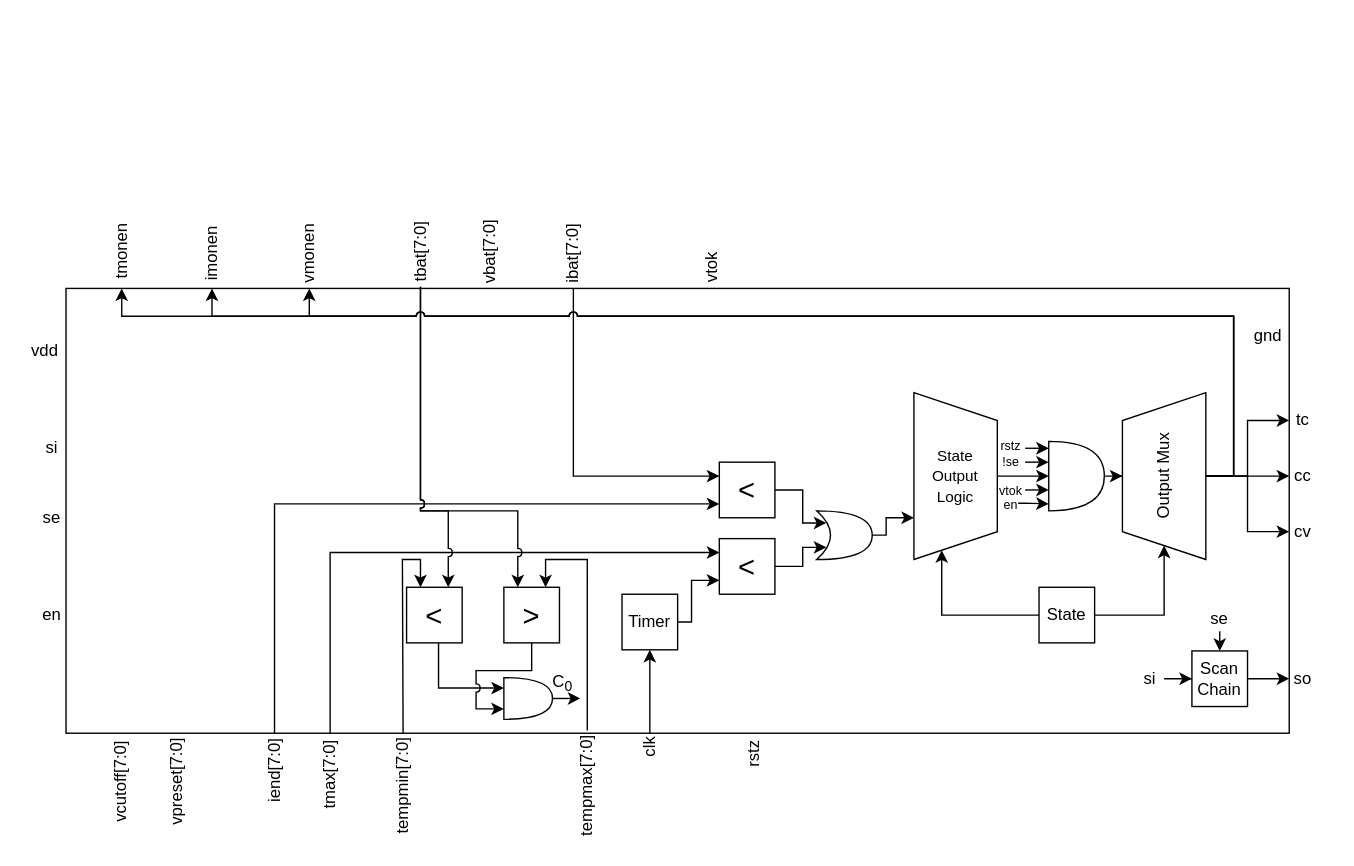
This is blockDiagramContr.drawio from FranciscoPRosa/NEEC_test, a draw.io file, before an edit. Source tidied: cells renumbered, new cells numbered last; positions are measured from the earlier drawing's top-left corner, leaving out a move shared by most shapes. Both pictures are drawn from the tidied source at 139%, with x=0, y=0 at pixel (24, 231).
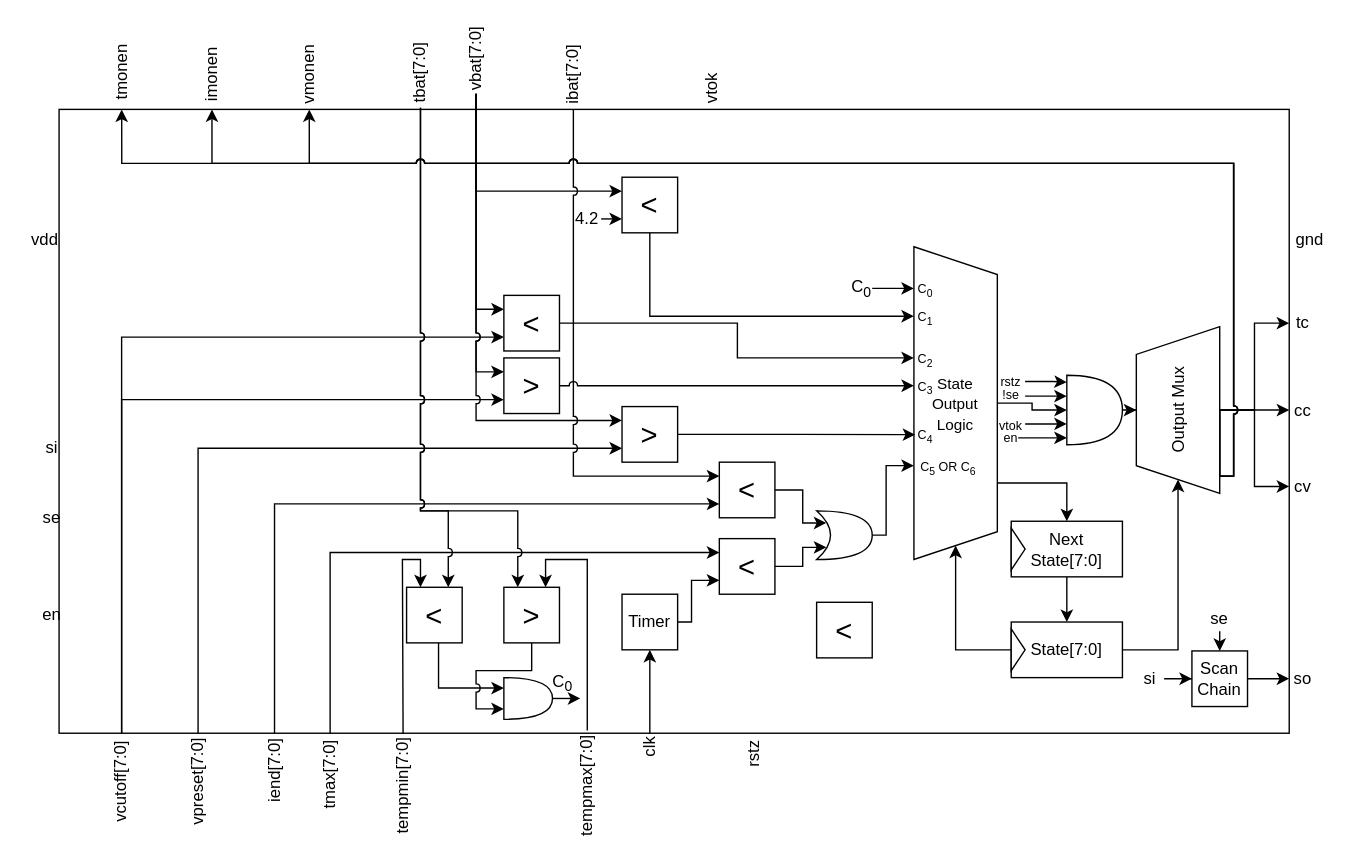
Above is the later version.

Unchanged cells that the change refers to:
```xml
<mxCell id="3" value="vcutoff[7:0]" style="text;html=1;align=center;verticalAlign=middle;whiteSpace=wrap;rounded=0;rotation=-90;" parent="1" vertex="1">
  <mxGeometry x="35" y="381" width="70" height="30" as="geometry" />
</mxCell>
<mxCell id="40" style="shape=xor;whiteSpace=wrap;html=1;" parent="1" vertex="1">
  <mxGeometry x="570" y="201" width="40" height="35" as="geometry" />
</mxCell>
<mxCell id="44" value="&lt;font style=&quot;font-size: 21px;&quot;&gt;&amp;lt;&lt;/font&gt;" style="rounded=0;whiteSpace=wrap;html=1;" parent="1" vertex="1">
  <mxGeometry x="500" y="166" width="40" height="40" as="geometry" />
</mxCell>
```

Diff of the diagram source:
```diff
@@
-    <mxCell id="2" style="rounded=0;whiteSpace=wrap;html=1;" parent="1" vertex="1">
-      <mxGeometry x="30" y="41" width="880" height="320" as="geometry" />
-    </mxCell>
+    <mxCell id="78" style="rounded=0;whiteSpace=wrap;html=1;" parent="1" vertex="1">
+      <mxGeometry x="25" y="-87.8" width="885" height="448.8" as="geometry" />
+    </mxCell>
+    <mxCell id="79" style="edgeStyle=orthogonalEdgeStyle;rounded=0;jettySize=auto;html=1;entryX=0;entryY=0.75;entryDx=0;entryDy=0;jumpStyle=arc;" parent="1" edge="1" source="3" target="98">
+      <mxGeometry relative="1" as="geometry">
+        <Array as="points">
+          <mxPoint x="70" y="76" />
+        </Array>
+      </mxGeometry>
+    </mxCell>
+    <mxCell id="80" style="edgeStyle=orthogonalEdgeStyle;rounded=0;jettySize=auto;html=1;entryX=0;entryY=0.75;entryDx=0;entryDy=0;jumpStyle=arc;" parent="1" edge="1" source="3" target="101">
+      <mxGeometry relative="1" as="geometry">
+        <Array as="points">
+          <mxPoint x="70" y="121" />
+        </Array>
+      </mxGeometry>
+    </mxCell>
@@
+    <mxCell id="81" style="edgeStyle=orthogonalEdgeStyle;rounded=0;jettySize=auto;html=1;entryX=0;entryY=0.75;entryDx=0;entryDy=0;" parent="1" edge="1" source="4" target="104">
+      <mxGeometry relative="1" as="geometry">
+        <Array as="points">
+          <mxPoint x="125" y="156" />
+        </Array>
+      </mxGeometry>
+    </mxCell>
     <mxCell id="4" value="vpreset[7:0]" style="text;html=1;align=center;verticalAlign=middle;whiteSpace=wrap;rounded=0;rotation=-90;" parent="1" vertex="1">
-      <mxGeometry x="75" y="381" width="70" height="30" as="geometry" />
+      <mxGeometry x="90" y="381" width="70" height="30" as="geometry" />
     </mxCell>
@@
     <mxCell id="19" value="vdd" style="text;html=1;align=center;verticalAlign=middle;whiteSpace=wrap;rounded=0;rotation=0;" parent="1" vertex="1">
-      <mxGeometry y="71" width="30" height="30" as="geometry" />
+      <mxGeometry y="-9" width="30" height="30" as="geometry" />
     </mxCell>
     <mxCell id="20" value="tmonen" style="text;html=1;align=center;verticalAlign=middle;whiteSpace=wrap;rounded=0;rotation=-90;" parent="1" vertex="1">
-      <mxGeometry x="43.8" y="-0.2" width="52.5" height="30" as="geometry" />
+      <mxGeometry x="43.8" y="-129" width="52.5" height="30" as="geometry" />
     </mxCell>
     <mxCell id="21" value="vmonen" style="text;html=1;align=center;verticalAlign=middle;whiteSpace=wrap;rounded=0;rotation=-90;" parent="1" vertex="1">
-      <mxGeometry x="180" y="1" width="50" height="30" as="geometry" />
+      <mxGeometry x="180" y="-127.8" width="50" height="30" as="geometry" />
     </mxCell>
     <mxCell id="22" value="imonen" style="text;html=1;align=center;verticalAlign=middle;whiteSpace=wrap;rounded=0;rotation=-90;" parent="1" vertex="1">
-      <mxGeometry x="110" y="1" width="50" height="30" as="geometry" />
+      <mxGeometry x="110" y="-127.8" width="50" height="30" as="geometry" />
     </mxCell>
@@
     <mxCell id="25" value="tbat[7:0]" style="text;html=1;align=center;verticalAlign=middle;whiteSpace=wrap;rounded=0;rotation=-90;" parent="1" vertex="1">
-      <mxGeometry x="260" y="-0.2" width="50" height="30" as="geometry" />
+      <mxGeometry x="260" y="-129" width="50" height="30" as="geometry" />
     </mxCell>
+    <mxCell id="82" style="edgeStyle=orthogonalEdgeStyle;rounded=0;jettySize=auto;html=1;entryX=0;entryY=0.25;entryDx=0;entryDy=0;" parent="1" edge="1" source="26" target="98">
+      <mxGeometry relative="1" as="geometry">
+        <Array as="points">
+          <mxPoint x="325" y="56" />
+        </Array>
+      </mxGeometry>
+    </mxCell>
+    <mxCell id="83" style="edgeStyle=orthogonalEdgeStyle;rounded=0;jettySize=auto;html=1;entryX=0;entryY=0.25;entryDx=0;entryDy=0;jumpStyle=arc;" parent="1" edge="1" source="26" target="94">
+      <mxGeometry relative="1" as="geometry">
+        <Array as="points">
+          <mxPoint x="325" y="-29" />
+        </Array>
+      </mxGeometry>
+    </mxCell>
+    <mxCell id="84" style="edgeStyle=orthogonalEdgeStyle;rounded=0;jettySize=auto;html=1;entryX=0;entryY=0.25;entryDx=0;entryDy=0;jumpStyle=arc;" parent="1" edge="1" source="26" target="101">
+      <mxGeometry relative="1" as="geometry">
+        <Array as="points">
+          <mxPoint x="325" y="101" />
+        </Array>
+      </mxGeometry>
+    </mxCell>
+    <mxCell id="85" style="edgeStyle=orthogonalEdgeStyle;rounded=0;jettySize=auto;html=1;entryX=0;entryY=0.25;entryDx=0;entryDy=0;jumpStyle=arc;" parent="1" edge="1" source="26" target="104">
+      <mxGeometry relative="1" as="geometry">
+        <Array as="points">
+          <mxPoint x="325" y="136" />
+        </Array>
+      </mxGeometry>
+    </mxCell>
     <mxCell id="26" value="vbat[7:0]" style="text;html=1;align=center;verticalAlign=middle;whiteSpace=wrap;rounded=0;rotation=-90;" parent="1" vertex="1">
-      <mxGeometry x="310" y="-0.2" width="50" height="30" as="geometry" />
+      <mxGeometry x="300" y="-139" width="50" height="30" as="geometry" />
     </mxCell>
-    <mxCell id="27" style="edgeStyle=elbowEdgeStyle;rounded=0;jettySize=auto;html=1;entryX=0;entryY=0.25;entryDx=0;entryDy=0;" parent="1" edge="1" source="28" target="44">
+    <mxCell id="27" style="edgeStyle=elbowEdgeStyle;rounded=0;jettySize=auto;html=1;entryX=0;entryY=0.25;entryDx=0;entryDy=0;jumpStyle=arc;" parent="1" edge="1" source="28" target="44">
       <mxGeometry relative="1" as="geometry">
         <Array as="points">
           <mxPoint x="395" y="111" />
         </Array>
       </mxGeometry>
     </mxCell>
     <mxCell id="28" value="ibat[7:0]" style="text;html=1;align=center;verticalAlign=middle;whiteSpace=wrap;rounded=0;rotation=-90;" parent="1" vertex="1">
-      <mxGeometry x="370" y="1" width="50" height="30" as="geometry" />
+      <mxGeometry x="370" y="-127.8" width="50" height="30" as="geometry" />
     </mxCell>
     <mxCell id="29" value="vtok" style="text;html=1;align=center;verticalAlign=middle;whiteSpace=wrap;rounded=0;rotation=-90;" parent="1" vertex="1">
-      <mxGeometry x="480" y="11" width="30" height="30" as="geometry" />
+      <mxGeometry x="480" y="-117.8" width="30" height="30" as="geometry" />
     </mxCell>
@@
     <mxCell id="31" value="gnd" style="text;html=1;align=center;verticalAlign=middle;whiteSpace=wrap;rounded=0;rotation=0;" parent="1" vertex="1">
-      <mxGeometry x="880" y="60.2" width="30" height="30" as="geometry" />
+      <mxGeometry x="910" y="-9" width="30" height="30" as="geometry" />
     </mxCell>
     <mxCell id="32" value="tc" style="text;html=1;align=center;verticalAlign=middle;whiteSpace=wrap;rounded=0;rotation=0;" parent="1" vertex="1">
-      <mxGeometry x="910" y="121" width="20" height="30" as="geometry" />
+      <mxGeometry x="910" y="51" width="20" height="30" as="geometry" />
     </mxCell>
     <mxCell id="33" value="cc" style="text;html=1;align=center;verticalAlign=middle;whiteSpace=wrap;rounded=0;rotation=0;" parent="1" vertex="1">
-      <mxGeometry x="910" y="161" width="20" height="30" as="geometry" />
+      <mxGeometry x="910" y="113.5" width="20" height="30" as="geometry" />
     </mxCell>
     <mxCell id="34" value="cv" style="text;html=1;align=center;verticalAlign=middle;whiteSpace=wrap;rounded=0;rotation=0;" parent="1" vertex="1">
-      <mxGeometry x="910" y="201" width="20" height="30" as="geometry" />
+      <mxGeometry x="910" y="168.5" width="20" height="30" as="geometry" />
     </mxCell>
@@
-    <mxCell id="39" style="edgeStyle=orthogonalEdgeStyle;rounded=0;jettySize=auto;html=1;entryX=0.75;entryY=1;entryDx=0;entryDy=0;" parent="1" edge="1" source="40" target="68">
+    <mxCell id="39" style="edgeStyle=orthogonalEdgeStyle;rounded=0;jettySize=auto;html=1;entryX=0;entryY=0.5;entryDx=0;entryDy=0;" parent="1" edge="1" source="40" target="87">
       <mxGeometry relative="1" as="geometry">
         <Array as="points">
           <mxPoint x="620" y="219" />
-          <mxPoint x="620" y="206" />
+          <mxPoint x="620" y="169" />
+          <mxPoint x="640" y="169" />
         </Array>
       </mxGeometry>
     </mxCell>
@@
     <mxCell id="57" style="shape=or;whiteSpace=wrap;html=1;points=[[0,0.1,0,0,0],[0,0.3,0,0,0],[0,0.5,0,0,0],[0,0.7,0,0,0],[0,0.9,0,0,0],[0.7,0.1,0,0,0],[0.7,0.9,0,0,0],[1,0.5,0,0,0]];" parent="1" vertex="1">
-      <mxGeometry x="737" y="151" width="40" height="50" as="geometry" />
+      <mxGeometry x="750" y="103.5" width="40" height="50" as="geometry" />
     </mxCell>
@@
     <mxCell id="59" style="edgeStyle=orthogonalEdgeStyle;rounded=0;jettySize=auto;html=1;" parent="1" edge="1" source="60" target="68">
       <mxGeometry relative="1" as="geometry">
         <Array as="points">
-          <mxPoint x="660" y="276" />
+          <mxPoint x="670" y="301" />
         </Array>
       </mxGeometry>
     </mxCell>
-    <mxCell id="60" value="State" style="rounded=0;whiteSpace=wrap;html=1;" parent="1" vertex="1">
-      <mxGeometry x="730" y="256" width="40" height="40" as="geometry" />
+    <mxCell id="60" value="State[7:0]" style="rounded=0;whiteSpace=wrap;html=1;" parent="1" vertex="1">
+      <mxGeometry x="710" y="281" width="80" height="40" as="geometry" />
     </mxCell>
@@
     <mxCell id="64" style="edgeStyle=orthogonalEdgeStyle;rounded=0;jettySize=auto;html=1;entryX=0;entryY=0.5;entryDx=0;entryDy=0;jumpStyle=arc;" parent="1" edge="1" target="20">
       <mxGeometry relative="1" as="geometry">
         <mxPoint x="860" y="176" as="sourcePoint" />
         <Array as="points">
-          <mxPoint x="870" y="61" />
-          <mxPoint x="70" y="61" />
+          <mxPoint x="870" y="176" />
+          <mxPoint x="870" y="-49" />
+          <mxPoint x="70" y="-49" />
         </Array>
       </mxGeometry>
     </mxCell>
     <mxCell id="65" style="edgeStyle=orthogonalEdgeStyle;rounded=0;jettySize=auto;html=1;entryX=0;entryY=0.5;entryDx=0;entryDy=0;exitX=0.5;exitY=1;exitDx=0;exitDy=0;jumpStyle=arc;" parent="1" edge="1" source="67" target="22">
       <mxGeometry relative="1" as="geometry">
         <Array as="points">
+          <mxPoint x="860" y="176" />
           <mxPoint x="870" y="176" />
-          <mxPoint x="870" y="61" />
-          <mxPoint x="135" y="61" />
+          <mxPoint x="870" y="-49" />
+          <mxPoint x="135" y="-49" />
         </Array>
       </mxGeometry>
     </mxCell>
     <mxCell id="66" style="edgeStyle=orthogonalEdgeStyle;rounded=0;jettySize=auto;html=1;entryX=0;entryY=0.5;entryDx=0;entryDy=0;exitX=0.5;exitY=1;exitDx=0;exitDy=0;jumpStyle=arc;" parent="1" edge="1" source="67" target="21">
       <mxGeometry relative="1" as="geometry">
         <Array as="points">
+          <mxPoint x="860" y="176" />
           <mxPoint x="870" y="176" />
-          <mxPoint x="870" y="61" />
-          <mxPoint x="205" y="61" />
+          <mxPoint x="870" y="-49" />
+          <mxPoint x="205" y="-49" />
         </Array>
       </mxGeometry>
     </mxCell>
     <mxCell id="67" value="Output Mux" style="shape=trapezoid;perimeter=trapezoidPerimeter;whiteSpace=wrap;html=1;fixedSize=1;rotation=-90;" parent="1" vertex="1">
-      <mxGeometry x="760" y="146" width="120" height="60" as="geometry" />
+      <mxGeometry x="770" y="98.5" width="120" height="60" as="geometry" />
     </mxCell>
+    <mxCell id="86" style="edgeStyle=orthogonalEdgeStyle;rounded=0;jettySize=auto;html=1;entryX=0.5;entryY=0;entryDx=0;entryDy=0;" parent="1" edge="1" source="68" target="89">
+      <mxGeometry relative="1" as="geometry">
+        <Array as="points">
+          <mxPoint x="750" y="181" />
+        </Array>
+      </mxGeometry>
+    </mxCell>
     <mxCell id="68" value="&lt;div&gt;&lt;font style=&quot;font-size: 11px;&quot;&gt;State&lt;/font&gt;&lt;/div&gt;&lt;div&gt;&lt;font style=&quot;font-size: 11px;&quot;&gt;&amp;nbsp;Output&amp;nbsp;&lt;/font&gt;&lt;/div&gt;&lt;div&gt;&lt;font style=&quot;font-size: 11px;&quot;&gt;Logic&lt;/font&gt;&lt;/div&gt;" style="shape=trapezoid;perimeter=trapezoidPerimeter;whiteSpace=wrap;html=1;fixedSize=1;direction=south;" parent="1" vertex="1">
-      <mxGeometry x="640" y="116" width="60" height="120" as="geometry" />
+      <mxGeometry x="640" y="11" width="60" height="225" as="geometry" />
     </mxCell>
@@
     <mxCell id="70" value="&lt;font style=&quot;font-size: 9px;&quot;&gt;en&lt;/font&gt;" style="text;html=1;align=center;verticalAlign=middle;whiteSpace=wrap;rounded=0;rotation=0;" parent="1" vertex="1">
-      <mxGeometry x="705" y="190" width="10" height="11" as="geometry" />
+      <mxGeometry x="705" y="142.5" width="10" height="11" as="geometry" />
     </mxCell>
     <mxCell id="71" style="edgeStyle=orthogonalEdgeStyle;rounded=0;jettySize=auto;html=1;entryX=0;entryY=0.9;entryDx=0;entryDy=0;entryPerimeter=0;" parent="1" edge="1" source="70" target="57">
       <mxGeometry relative="1" as="geometry">
         <Array as="points">
-          <mxPoint x="720" y="195" />
-          <mxPoint x="720" y="196" />
+          <mxPoint x="720" y="149" />
         </Array>
       </mxGeometry>
     </mxCell>
     <mxCell id="72" value="&lt;font style=&quot;font-size: 9px;&quot;&gt;rstz&lt;/font&gt;" style="text;html=1;align=center;verticalAlign=middle;whiteSpace=wrap;rounded=0;rotation=0;" parent="1" vertex="1">
-      <mxGeometry x="700" y="146" width="20" height="15" as="geometry" />
+      <mxGeometry x="700" y="100.5" width="20" height="15" as="geometry" />
     </mxCell>
-    <mxCell id="73" style="edgeStyle=orthogonalEdgeStyle;rounded=0;jettySize=auto;html=1;entryX=0;entryY=0.1;entryDx=0;entryDy=0;entryPerimeter=0;" parent="1" edge="1" source="72" target="57">
-      <mxGeometry relative="1" as="geometry">
-        <Array as="points">
-          <mxPoint x="720" y="156" />
-          <mxPoint x="720" y="156" />
-        </Array>
-      </mxGeometry>
-    </mxCell>
     <mxCell id="74" value="&lt;font style=&quot;font-size: 9px;&quot;&gt;vtok&lt;/font&gt;" style="text;html=1;align=center;verticalAlign=middle;whiteSpace=wrap;rounded=0;rotation=0;" parent="1" vertex="1">
-      <mxGeometry x="700" y="181" width="20" height="10" as="geometry" />
+      <mxGeometry x="700" y="133.5" width="20" height="10" as="geometry" />
     </mxCell>
-    <mxCell id="75" style="edgeStyle=orthogonalEdgeStyle;rounded=0;jettySize=auto;html=1;entryX=0;entryY=0.7;entryDx=0;entryDy=0;entryPerimeter=0;" parent="1" edge="1" source="74" target="57">
-      <mxGeometry relative="1" as="geometry">
-        <Array as="points">
-          <mxPoint x="720" y="186" />
-          <mxPoint x="720" y="186" />
-        </Array>
-      </mxGeometry>
-    </mxCell>
     <mxCell id="76" value="&lt;font style=&quot;font-size: 9px;&quot;&gt;!se&lt;/font&gt;" style="text;html=1;align=center;verticalAlign=middle;whiteSpace=wrap;rounded=0;rotation=0;" parent="1" vertex="1">
-      <mxGeometry x="700" y="161" width="20" height="7.5" as="geometry" />
+      <mxGeometry x="700" y="113.5" width="20" height="7.5" as="geometry" />
     </mxCell>
     <mxCell id="77" style="edgeStyle=orthogonalEdgeStyle;rounded=0;jettySize=auto;html=1;entryX=0;entryY=0.3;entryDx=0;entryDy=0;entryPerimeter=0;" parent="1" edge="1" source="76" target="57">
       <mxGeometry relative="1" as="geometry">
         <Array as="points">
-          <mxPoint x="720" y="166" />
+          <mxPoint x="720" y="118" />
+          <mxPoint x="750" y="118" />
         </Array>
       </mxGeometry>
     </mxCell>
+    <mxCell id="75" style="edgeStyle=orthogonalEdgeStyle;rounded=0;jettySize=auto;html=1;entryX=0;entryY=0.7;entryDx=0;entryDy=0;entryPerimeter=0;" parent="1" edge="1" source="74" target="57">
+      <mxGeometry relative="1" as="geometry" />
+    </mxCell>
+    <mxCell id="73" style="edgeStyle=orthogonalEdgeStyle;rounded=0;jettySize=auto;html=1;entryX=0;entryY=0.1;entryDx=0;entryDy=0;entryPerimeter=0;" parent="1" edge="1" source="72" target="57">
+      <mxGeometry relative="1" as="geometry" />
+    </mxCell>
+    <mxCell id="87" value="&lt;font style=&quot;font-size: 9px;&quot;&gt;C&lt;sub&gt;5&lt;/sub&gt; OR C&lt;sub&gt;6&lt;/sub&gt;&lt;/font&gt;" style="text;html=1;align=center;verticalAlign=middle;whiteSpace=wrap;rounded=0;" parent="1" vertex="1">
+      <mxGeometry x="640" y="158.5" width="50" height="20" as="geometry" />
+    </mxCell>
+    <mxCell id="88" style="edgeStyle=orthogonalEdgeStyle;rounded=0;jettySize=auto;html=1;" parent="1" edge="1" source="89" target="60">
+      <mxGeometry relative="1" as="geometry" />
+    </mxCell>
+    <mxCell id="89" value="&lt;div&gt;Next&lt;/div&gt;&lt;div&gt;State[7:0]&lt;/div&gt;" style="rounded=0;whiteSpace=wrap;html=1;" parent="1" vertex="1">
+      <mxGeometry x="710" y="208.5" width="80" height="40" as="geometry" />
+    </mxCell>
+    <mxCell id="90" value="&lt;div&gt;C&lt;sub&gt;0&lt;/sub&gt;&lt;/div&gt;" style="text;html=1;align=center;verticalAlign=middle;whiteSpace=wrap;rounded=0;rotation=0;" parent="1" vertex="1">
+      <mxGeometry x="595" y="31" width="15" height="20" as="geometry" />
+    </mxCell>
+    <mxCell id="91" style="edgeStyle=orthogonalEdgeStyle;rounded=0;jettySize=auto;html=1;" parent="1" edge="1" source="90">
+      <mxGeometry relative="1" as="geometry">
+        <mxPoint x="640" y="41" as="targetPoint" />
+      </mxGeometry>
+    </mxCell>
+    <mxCell id="92" value="&lt;div&gt;&lt;font style=&quot;font-size: 9px;&quot;&gt;C&lt;sub&gt;0&lt;/sub&gt;&lt;/font&gt;&lt;/div&gt;" style="text;html=1;align=center;verticalAlign=middle;whiteSpace=wrap;rounded=0;rotation=0;" parent="1" vertex="1">
+      <mxGeometry x="641" y="31" width="15" height="20" as="geometry" />
+    </mxCell>
+    <mxCell id="93" style="edgeStyle=orthogonalEdgeStyle;rounded=0;jettySize=auto;html=1;" parent="1" edge="1" source="94">
+      <mxGeometry relative="1" as="geometry">
+        <mxPoint x="640" y="61" as="targetPoint" />
+        <Array as="points">
+          <mxPoint x="450" y="61" />
+        </Array>
+      </mxGeometry>
+    </mxCell>
+    <mxCell id="94" value="&lt;font style=&quot;font-size: 21px;&quot;&gt;&amp;lt;&lt;/font&gt;" style="rounded=0;whiteSpace=wrap;html=1;" parent="1" vertex="1">
+      <mxGeometry x="430" y="-39" width="40" height="40" as="geometry" />
+    </mxCell>
+    <mxCell id="95" value="&lt;div&gt;&lt;font style=&quot;font-size: 9px;&quot;&gt;C&lt;sub&gt;1&lt;/sub&gt;&lt;/font&gt;&lt;/div&gt;" style="text;html=1;align=center;verticalAlign=middle;whiteSpace=wrap;rounded=0;rotation=0;" parent="1" vertex="1">
+      <mxGeometry x="641" y="51" width="15" height="20" as="geometry" />
+    </mxCell>
+    <mxCell id="96" style="edgeStyle=orthogonalEdgeStyle;rounded=0;jettySize=auto;html=1;entryX=0;entryY=0.75;entryDx=0;entryDy=0;exitX=1;exitY=0.5;exitDx=0;exitDy=0;" parent="1" edge="1" source="97" target="94">
+      <mxGeometry relative="1" as="geometry" />
+    </mxCell>
+    <mxCell id="97" value="4.2" style="text;html=1;align=center;verticalAlign=middle;whiteSpace=wrap;rounded=0;rotation=0;" parent="1" vertex="1">
+      <mxGeometry x="395" y="-19" width="20" height="20" as="geometry" />
+    </mxCell>
+    <mxCell id="98" value="&lt;font style=&quot;font-size: 21px;&quot;&gt;&amp;lt;&lt;/font&gt;" style="rounded=0;whiteSpace=wrap;html=1;" parent="1" vertex="1">
+      <mxGeometry x="345" y="46" width="40" height="40" as="geometry" />
+    </mxCell>
+    <mxCell id="99" style="edgeStyle=orthogonalEdgeStyle;rounded=0;jettySize=auto;html=1;" parent="1" edge="1" source="98">
+      <mxGeometry relative="1" as="geometry">
+        <mxPoint x="640" y="91" as="targetPoint" />
+        <Array as="points">
+          <mxPoint x="513" y="66" />
+          <mxPoint x="513" y="91" />
+        </Array>
+      </mxGeometry>
+    </mxCell>
+    <mxCell id="100" value="&lt;div&gt;&lt;font style=&quot;font-size: 9px;&quot;&gt;C&lt;sub&gt;3&lt;/sub&gt;&lt;/font&gt;&lt;/div&gt;" style="text;html=1;align=center;verticalAlign=middle;whiteSpace=wrap;rounded=0;rotation=0;" parent="1" vertex="1">
+      <mxGeometry x="641" y="101" width="15" height="20" as="geometry" />
+    </mxCell>
+    <mxCell id="101" value="&lt;font style=&quot;font-size: 21px;&quot;&gt;&amp;gt;&lt;/font&gt;" style="rounded=0;whiteSpace=wrap;html=1;" parent="1" vertex="1">
+      <mxGeometry x="345" y="91" width="40" height="40" as="geometry" />
+    </mxCell>
+    <mxCell id="102" style="edgeStyle=orthogonalEdgeStyle;rounded=0;jettySize=auto;html=1;jumpStyle=arc;" parent="1" edge="1" source="101">
+      <mxGeometry relative="1" as="geometry">
+        <mxPoint x="640" y="111" as="targetPoint" />
+      </mxGeometry>
+    </mxCell>
+    <mxCell id="103" value="&lt;div&gt;&lt;font style=&quot;font-size: 9px;&quot;&gt;C&lt;sub&gt;2&lt;/sub&gt;&lt;/font&gt;&lt;/div&gt;" style="text;html=1;align=center;verticalAlign=middle;whiteSpace=wrap;rounded=0;rotation=0;" parent="1" vertex="1">
+      <mxGeometry x="641" y="81" width="15" height="20" as="geometry" />
+    </mxCell>
+    <mxCell id="104" value="&lt;font style=&quot;font-size: 21px;&quot;&gt;&amp;gt;&lt;/font&gt;" style="rounded=0;whiteSpace=wrap;html=1;" parent="1" vertex="1">
+      <mxGeometry x="430" y="126" width="40" height="40" as="geometry" />
+    </mxCell>
+    <mxCell id="105" style="edgeStyle=orthogonalEdgeStyle;rounded=0;jettySize=auto;html=1;entryX=0.601;entryY=0.984;entryDx=0;entryDy=0;entryPerimeter=0;" parent="1" edge="1" source="104" target="68">
+      <mxGeometry relative="1" as="geometry" />
+    </mxCell>
+    <mxCell id="106" value="&lt;div&gt;&lt;font style=&quot;font-size: 9px;&quot;&gt;C&lt;sub&gt;4&lt;/sub&gt;&lt;/font&gt;&lt;/div&gt;" style="text;html=1;align=center;verticalAlign=middle;whiteSpace=wrap;rounded=0;rotation=0;" parent="1" vertex="1">
+      <mxGeometry x="641" y="136" width="15" height="20" as="geometry" />
+    </mxCell>
+    <mxCell id="107" value="&lt;font style=&quot;font-size: 21px;&quot;&gt;&amp;lt;&lt;/font&gt;" style="rounded=0;whiteSpace=wrap;html=1;" parent="1" vertex="1">
+      <mxGeometry x="570" y="266.8" width="40" height="40" as="geometry" />
+    </mxCell>
+    <mxCell id="108" style="triangle;whiteSpace=wrap;html=1;" parent="1" vertex="1">
+      <mxGeometry x="710" y="286" width="10" height="30" as="geometry" />
+    </mxCell>
+    <mxCell id="109" style="triangle;whiteSpace=wrap;html=1;" parent="1" vertex="1">
+      <mxGeometry x="710" y="213.5" width="10" height="30" as="geometry" />
+    </mxCell>
```
